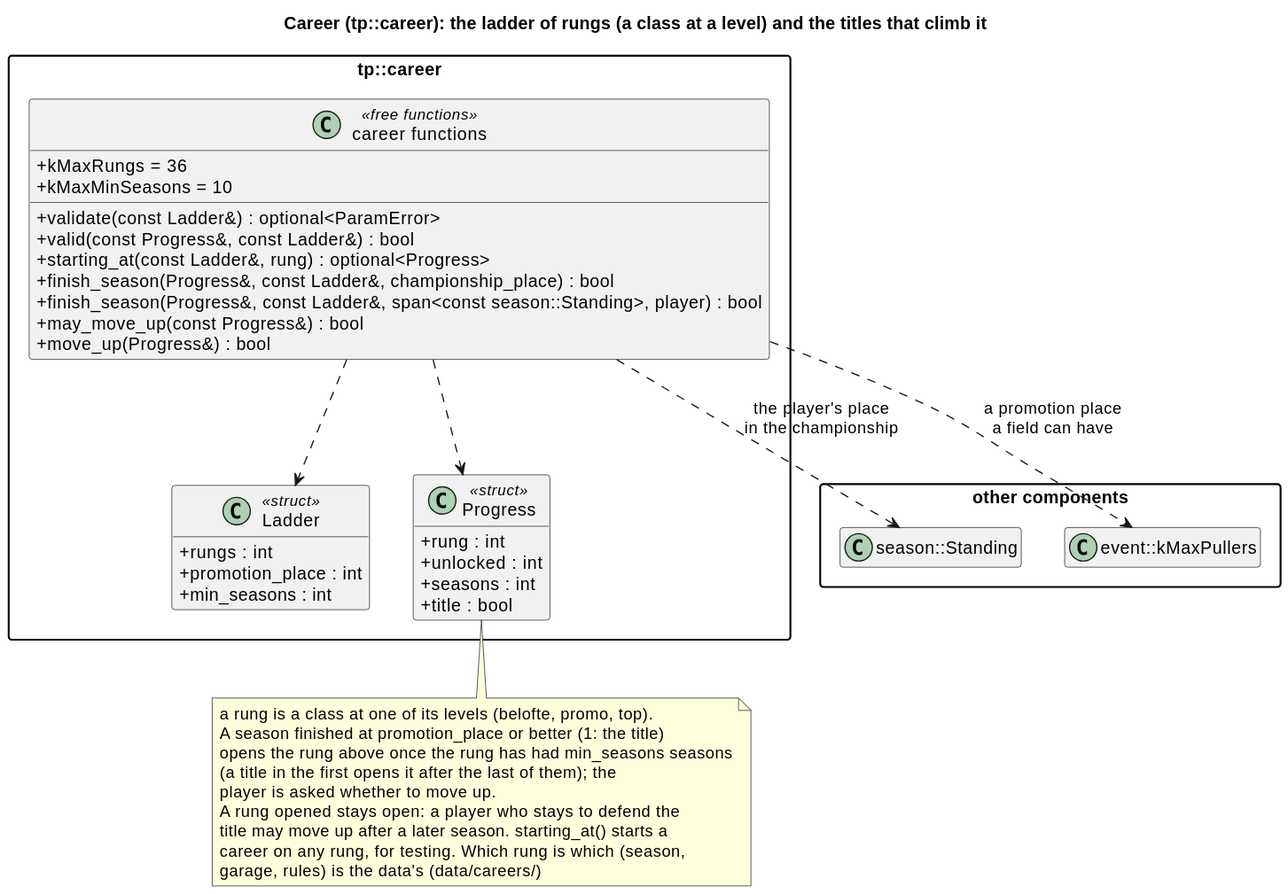
Earlier version of the PlantUML export docs/diagrams/svg/career_classes.svg (wversteeg/TractorPulling).
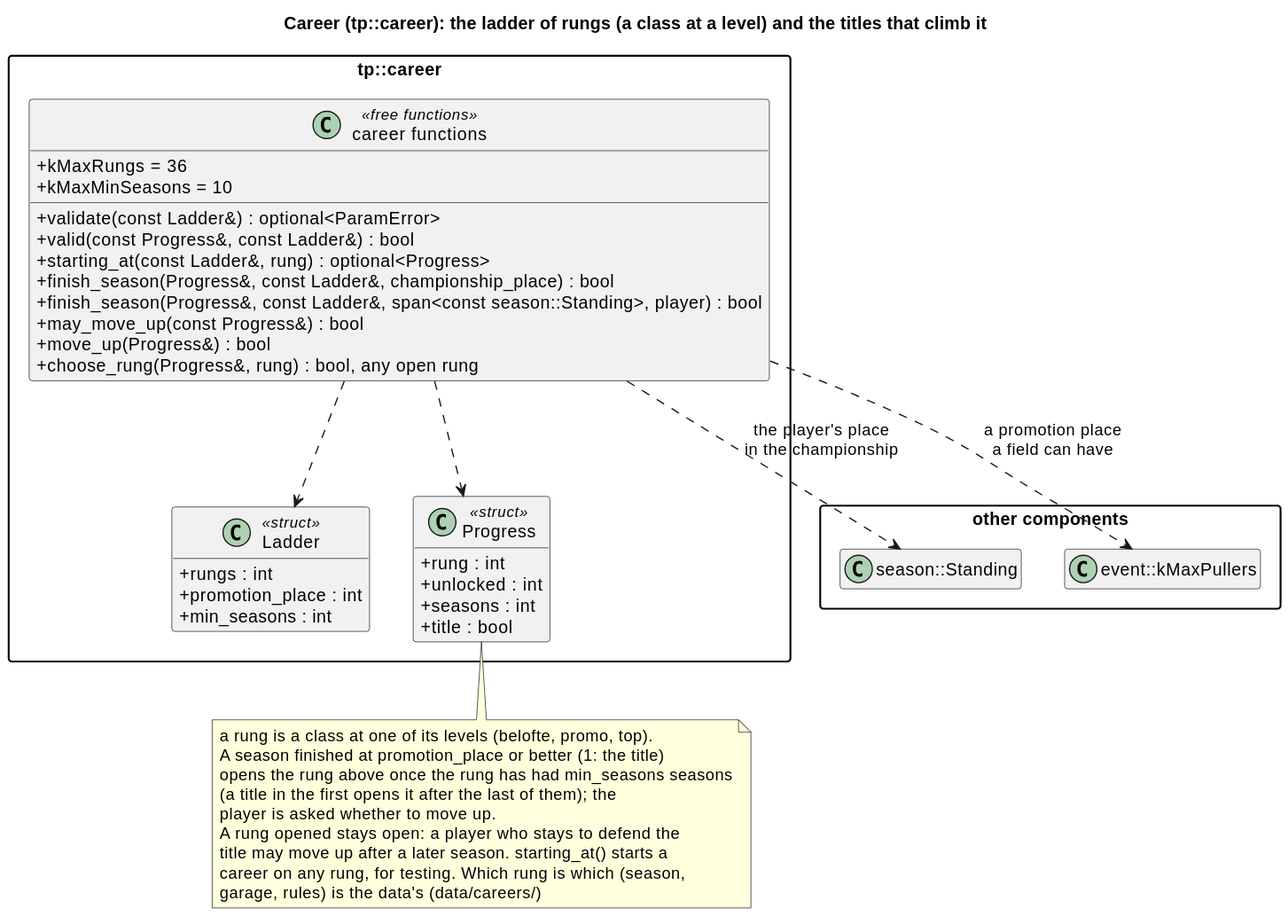
After the commit.

The edit, as a diff of the source:
```diff
@@ -31,6 +31,7 @@
     +finish_season(Progress&, const Ladder&, span<const season::Standing>, player) : bool
     +may_move_up(const Progress&) : bool
     +move_up(Progress&) : bool
+    +choose_rung(Progress&, rung) : bool, any open rung
   }
   CareerFns ..> Ladder
   CareerFns ..> Progress
```
